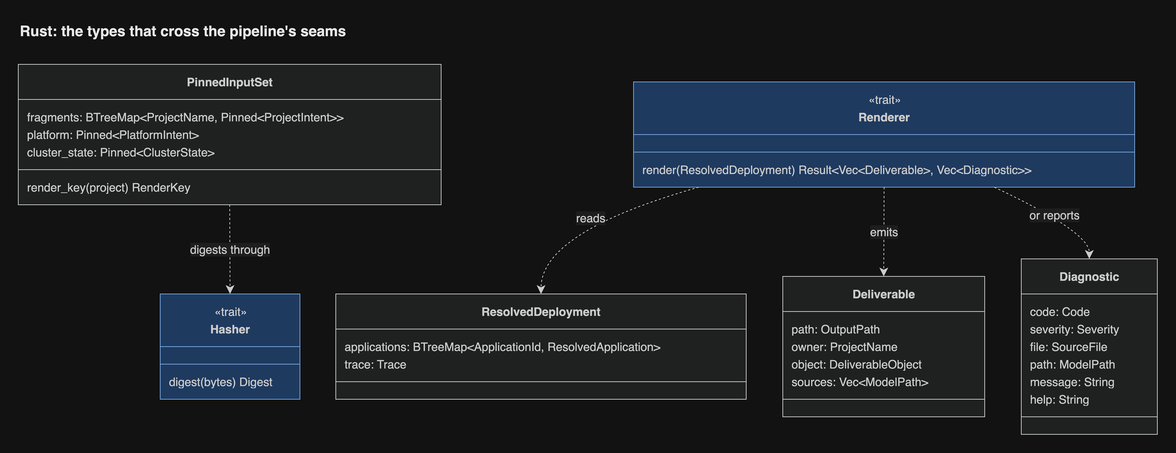
The draw.io diagram docs/diagrams/png/rust-pipeline-types.png in JorisJonkers-dev/estate-kit, before a commit. Source tidied: cells renumbered, new cells last; positions are measured from the earlier drawing's top-left corner, leaving out a move shared by most shapes.
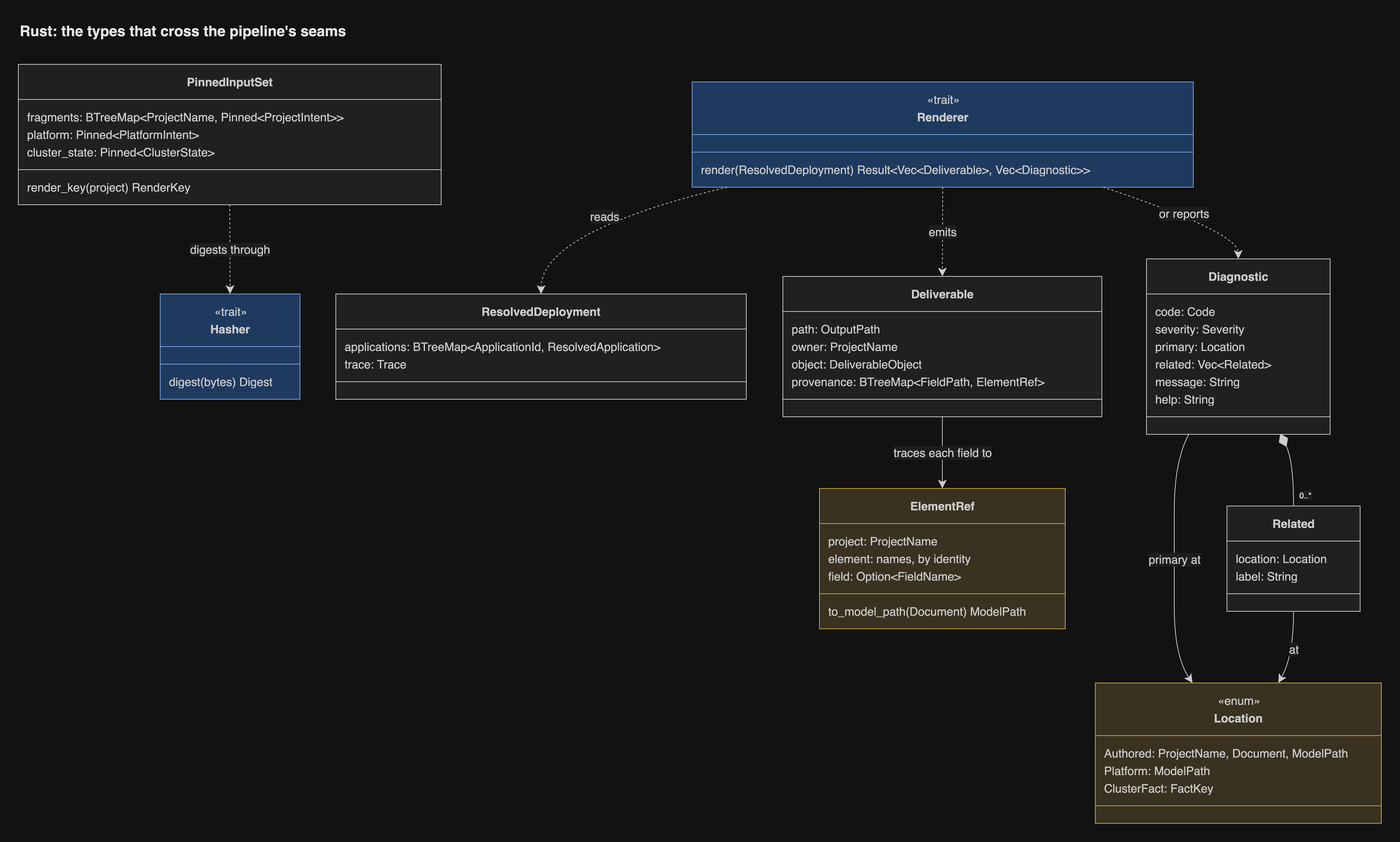
The same file after the commit.

The edit, as a diff of the source:
```diff
@@ -45,7 +45,7 @@
       <mxGeometry y="108" width="561" height="24" as="geometry" />
     </mxCell>
     <mxCell id="16" value="&lt;b&gt;Renderer&lt;/b&gt;" style="swimlane;html=1;fontStyle=1;fontSize=16;align=center;verticalAlign=middle;horizontal=1;startSize=72;swimlaneFillColor=light-dark(#dae8fc,#1f3a5f);whiteSpace=wrap;spacingTop=24;fillColor=light-dark(#dae8fc,#1f3a5f);strokeColor=light-dark(#6c8ebf,#7aa7e0);fontColor=light-dark(#333333,#cccccc);fontFamily=Helvetica;" parent="1" vertex="1">
-      <mxGeometry x="841" y="88" width="685" height="144" as="geometry" />
+      <mxGeometry x="921" y="88" width="685" height="144" as="geometry" />
     </mxCell>
     <mxCell id="17" value="«trait»" style="text;html=1;strokeColor=none;fillColor=none;align=center;verticalAlign=middle;fontSize=16;fontColor=light-dark(#333333,#cccccc);fontFamily=Helvetica;" parent="16" vertex="1">
       <mxGeometry y="12" width="685" height="24" as="geometry" />
@@ -57,69 +57,146 @@
       <mxGeometry y="108" width="685" height="24" as="geometry" />
     </mxCell>
     <mxCell id="20" value="&lt;b&gt;Deliverable&lt;/b&gt;" style="swimlane;html=1;fontStyle=1;fontSize=16;align=center;verticalAlign=middle;horizontal=1;startSize=48;swimlaneFillColor=light-dark(#ECECFF,#1f2020);whiteSpace=wrap;fillColor=light-dark(#ECECFF,#1f2020);strokeColor=light-dark(#9370DB,#cccccc);fontColor=light-dark(#333333,#cccccc);fontFamily=Helvetica;" parent="1" vertex="1">
-      <mxGeometry x="1045" y="354" width="276" height="192" as="geometry" />
+      <mxGeometry x="1045" y="354" width="436" height="192" as="geometry" />
     </mxCell>
     <mxCell id="21" value="path: OutputPath" style="text;fontSize=16;strokeColor=none;fillColor=none;align=left;verticalAlign=middle;spacingLeft=10;spacingRight=12;spacingBottom=2;overflow=hidden;fontColor=light-dark(#333333,#cccccc);fontFamily=Helvetica;" parent="20" vertex="1">
-      <mxGeometry y="60" width="276" height="24" as="geometry" />
+      <mxGeometry y="60" width="436" height="24" as="geometry" />
     </mxCell>
     <mxCell id="22" value="owner: ProjectName" style="text;fontSize=16;strokeColor=none;fillColor=none;align=left;verticalAlign=middle;spacingLeft=10;spacingRight=12;spacingBottom=2;overflow=hidden;fontColor=light-dark(#333333,#cccccc);fontFamily=Helvetica;" parent="20" vertex="1">
-      <mxGeometry y="84" width="276" height="24" as="geometry" />
+      <mxGeometry y="84" width="436" height="24" as="geometry" />
     </mxCell>
     <mxCell id="23" value="object: DeliverableObject" style="text;fontSize=16;strokeColor=none;fillColor=none;align=left;verticalAlign=middle;spacingLeft=10;spacingRight=12;spacingBottom=2;overflow=hidden;fontColor=light-dark(#333333,#cccccc);fontFamily=Helvetica;" parent="20" vertex="1">
-      <mxGeometry y="108" width="276" height="24" as="geometry" />
+      <mxGeometry y="108" width="436" height="24" as="geometry" />
     </mxCell>
-    <mxCell id="24" value="sources: Vec&lt;ModelPath&gt;" style="text;fontSize=16;strokeColor=none;fillColor=none;align=left;verticalAlign=middle;spacingLeft=10;spacingRight=12;spacingBottom=2;overflow=hidden;fontColor=light-dark(#333333,#cccccc);fontFamily=Helvetica;" parent="20" vertex="1">
-      <mxGeometry y="132" width="276" height="24" as="geometry" />
+    <mxCell id="24" value="provenance: BTreeMap&lt;FieldPath, ElementRef&gt;" style="text;fontSize=16;strokeColor=none;fillColor=none;align=left;verticalAlign=middle;spacingLeft=10;spacingRight=12;spacingBottom=2;overflow=hidden;fontColor=light-dark(#333333,#cccccc);fontFamily=Helvetica;" parent="20" vertex="1">
+      <mxGeometry y="132" width="436" height="24" as="geometry" />
     </mxCell>
     <mxCell id="25" style="line;strokeWidth=1;fillColor=none;spacingLeft=3;spacingRight=3;strokeColor=inherit;fontFamily=Helvetica;" parent="20" vertex="1">
-      <mxGeometry y="156" width="276" height="24" as="geometry" />
+      <mxGeometry y="156" width="436" height="24" as="geometry" />
     </mxCell>
     <mxCell id="26" value="&lt;b&gt;Diagnostic&lt;/b&gt;" style="swimlane;html=1;fontStyle=1;fontSize=16;align=center;verticalAlign=middle;horizontal=1;startSize=48;swimlaneFillColor=light-dark(#ECECFF,#1f2020);whiteSpace=wrap;fillColor=light-dark(#ECECFF,#1f2020);strokeColor=light-dark(#9370DB,#cccccc);fontColor=light-dark(#333333,#cccccc);fontFamily=Helvetica;" parent="1" vertex="1">
-      <mxGeometry x="1371" y="330" width="186" height="240" as="geometry" />
+      <mxGeometry x="1542" y="330" width="251" height="240" as="geometry" />
     </mxCell>
     <mxCell id="27" value="code: Code" style="text;fontSize=16;strokeColor=none;fillColor=none;align=left;verticalAlign=middle;spacingLeft=10;spacingRight=12;spacingBottom=2;overflow=hidden;fontColor=light-dark(#333333,#cccccc);fontFamily=Helvetica;" parent="26" vertex="1">
-      <mxGeometry y="60" width="186" height="24" as="geometry" />
+      <mxGeometry y="60" width="251" height="24" as="geometry" />
     </mxCell>
     <mxCell id="28" value="severity: Severity" style="text;fontSize=16;strokeColor=none;fillColor=none;align=left;verticalAlign=middle;spacingLeft=10;spacingRight=12;spacingBottom=2;overflow=hidden;fontColor=light-dark(#333333,#cccccc);fontFamily=Helvetica;" parent="26" vertex="1">
-      <mxGeometry y="84" width="186" height="24" as="geometry" />
+      <mxGeometry y="84" width="251" height="24" as="geometry" />
     </mxCell>
-    <mxCell id="29" value="file: SourceFile" style="text;fontSize=16;strokeColor=none;fillColor=none;align=left;verticalAlign=middle;spacingLeft=10;spacingRight=12;spacingBottom=2;overflow=hidden;fontColor=light-dark(#333333,#cccccc);fontFamily=Helvetica;" parent="26" vertex="1">
-      <mxGeometry y="108" width="186" height="24" as="geometry" />
+    <mxCell id="29" value="primary: Location" style="text;fontSize=16;strokeColor=none;fillColor=none;align=left;verticalAlign=middle;spacingLeft=10;spacingRight=12;spacingBottom=2;overflow=hidden;fontColor=light-dark(#333333,#cccccc);fontFamily=Helvetica;" parent="26" vertex="1">
+      <mxGeometry y="108" width="251" height="24" as="geometry" />
     </mxCell>
-    <mxCell id="30" value="path: ModelPath" style="text;fontSize=16;strokeColor=none;fillColor=none;align=left;verticalAlign=middle;spacingLeft=10;spacingRight=12;spacingBottom=2;overflow=hidden;fontColor=light-dark(#333333,#cccccc);fontFamily=Helvetica;" parent="26" vertex="1">
-      <mxGeometry y="132" width="186" height="24" as="geometry" />
+    <mxCell id="30" value="related: Vec&lt;Related&gt;" style="text;fontSize=16;strokeColor=none;fillColor=none;align=left;verticalAlign=middle;spacingLeft=10;spacingRight=12;spacingBottom=2;overflow=hidden;fontColor=light-dark(#333333,#cccccc);fontFamily=Helvetica;" parent="26" vertex="1">
+      <mxGeometry y="132" width="251" height="24" as="geometry" />
     </mxCell>
     <mxCell id="31" value="message: String" style="text;fontSize=16;strokeColor=none;fillColor=none;align=left;verticalAlign=middle;spacingLeft=10;spacingRight=12;spacingBottom=2;overflow=hidden;fontColor=light-dark(#333333,#cccccc);fontFamily=Helvetica;" parent="26" vertex="1">
-      <mxGeometry y="156" width="186" height="24" as="geometry" />
+      <mxGeometry y="156" width="251" height="24" as="geometry" />
     </mxCell>
     <mxCell id="32" value="help: String" style="text;fontSize=16;strokeColor=none;fillColor=none;align=left;verticalAlign=middle;spacingLeft=10;spacingRight=12;spacingBottom=2;overflow=hidden;fontColor=light-dark(#333333,#cccccc);fontFamily=Helvetica;" parent="26" vertex="1">
-      <mxGeometry y="180" width="186" height="24" as="geometry" />
+      <mxGeometry y="180" width="251" height="24" as="geometry" />
     </mxCell>
     <mxCell id="33" style="line;strokeWidth=1;fillColor=none;spacingLeft=3;spacingRight=3;strokeColor=inherit;fontFamily=Helvetica;" parent="26" vertex="1">
-      <mxGeometry y="204" width="186" height="24" as="geometry" />
+      <mxGeometry y="204" width="251" height="24" as="geometry" />
     </mxCell>
-    <mxCell id="34" value="digests through" style="curved=1;dashed=1;startArrow=none;endArrow=classic;endSize=9;strokeColor=light-dark(#333333,#cccccc);html=1;fontSize=16;fontColor=light-dark(#333333,#cccccc);exitX=0.5;exitY=1;entryX=0.5;entryY=0;fixDash=1;fontFamily=Helvetica;labelBackgroundColor=light-dark(#ffffff,#1e1e1e);" parent="1" edge="1" source="2" target="8">
-      <mxGeometry relative="1" as="geometry" />
+    <mxCell id="34" value="&lt;b&gt;Location&lt;/b&gt;" style="swimlane;html=1;fontStyle=1;fontSize=16;align=center;verticalAlign=middle;horizontal=1;startSize=72;swimlaneFillColor=light-dark(#fff2cc,#3a3220);whiteSpace=wrap;spacingTop=24;fillColor=light-dark(#fff2cc,#3a3220);strokeColor=light-dark(#d6b656,#c9a74a);fontColor=light-dark(#333333,#cccccc);fontFamily=Helvetica;" parent="1" vertex="1">
+      <mxGeometry x="1472" y="910" width="391" height="192" as="geometry" />
     </mxCell>
-    <mxCell id="35" value="reads" style="curved=1;dashed=1;startArrow=none;endArrow=classic;endSize=9;strokeColor=light-dark(#333333,#cccccc);html=1;fontSize=16;fontColor=light-dark(#333333,#cccccc);exitX=0.13;exitY=1;entryX=0.5;entryY=0;fixDash=1;fontFamily=Helvetica;labelBackgroundColor=light-dark(#ffffff,#1e1e1e);" parent="1" edge="1" source="16" target="12">
-      <mxGeometry relative="1" as="geometry">
-        <Array as="points">
-          <mxPoint x="715" y="293" />
-        </Array>
-      </mxGeometry>
+    <mxCell id="35" value="«enum»" style="text;html=1;strokeColor=none;fillColor=none;align=center;verticalAlign=middle;fontSize=16;fontColor=light-dark(#333333,#cccccc);fontFamily=Helvetica;" parent="34" vertex="1">
+      <mxGeometry y="12" width="391" height="24" as="geometry" />
     </mxCell>
-    <mxCell id="36" value="emits" style="curved=1;dashed=1;startArrow=none;endArrow=classic;endSize=9;strokeColor=light-dark(#333333,#cccccc);html=1;fontSize=16;fontColor=light-dark(#333333,#cccccc);exitX=0.5;exitY=1;entryX=0.5;entryY=0;fixDash=1;fontFamily=Helvetica;labelBackgroundColor=light-dark(#ffffff,#1e1e1e);" parent="1" edge="1" source="16" target="20">
-      <mxGeometry relative="1" as="geometry" />
+    <mxCell id="36" value="Authored: ProjectName, Document, ModelPath" style="text;fontSize=16;strokeColor=none;fillColor=none;align=left;verticalAlign=middle;spacingLeft=10;spacingRight=12;spacingBottom=2;overflow=hidden;fontColor=light-dark(#333333,#cccccc);fontFamily=Helvetica;" parent="34" vertex="1">
+      <mxGeometry y="84" width="391" height="24" as="geometry" />
     </mxCell>
-    <mxCell id="37" value="or reports" style="curved=1;dashed=1;startArrow=none;endArrow=classic;endSize=9;strokeColor=light-dark(#333333,#cccccc);html=1;fontSize=16;fontColor=light-dark(#333333,#cccccc);exitX=0.72;exitY=1;entryX=0.5;entryY=0;fixDash=1;fontFamily=Helvetica;labelBackgroundColor=light-dark(#ffffff,#1e1e1e);" parent="1" edge="1" source="16" target="26">
-      <mxGeometry relative="1" as="geometry">
-        <Array as="points">
-          <mxPoint x="1464" y="293" />
-        </Array>
-      </mxGeometry>
+    <mxCell id="37" value="Platform: ModelPath" style="text;fontSize=16;strokeColor=none;fillColor=none;align=left;verticalAlign=middle;spacingLeft=10;spacingRight=12;spacingBottom=2;overflow=hidden;fontColor=light-dark(#333333,#cccccc);fontFamily=Helvetica;" parent="34" vertex="1">
+      <mxGeometry y="108" width="391" height="24" as="geometry" />
     </mxCell>
+    <mxCell id="39" value="ClusterFact: FactKey" style="text;fontSize=16;strokeColor=none;fillColor=none;align=left;verticalAlign=middle;spacingLeft=10;spacingRight=12;spacingBottom=2;overflow=hidden;fontColor=light-dark(#333333,#cccccc);fontFamily=Helvetica;" parent="34" vertex="1">
+      <mxGeometry y="132" width="391" height="24" as="geometry" />
+    </mxCell>
+    <mxCell id="40" style="line;strokeWidth=1;fillColor=none;spacingLeft=3;spacingRight=3;strokeColor=inherit;fontFamily=Helvetica;" parent="34" vertex="1">
+      <mxGeometry y="156" width="391" height="24" as="geometry" />
+    </mxCell>
+    <mxCell id="41" value="&lt;b&gt;Related&lt;/b&gt;" style="swimlane;html=1;fontStyle=1;fontSize=16;align=center;verticalAlign=middle;horizontal=1;startSize=48;swimlaneFillColor=light-dark(#ECECFF,#1f2020);whiteSpace=wrap;fillColor=light-dark(#ECECFF,#1f2020);strokeColor=light-dark(#9370DB,#cccccc);fontColor=light-dark(#333333,#cccccc);fontFamily=Helvetica;" parent="1" vertex="1">
+      <mxGeometry x="1652" y="668" width="182" height="144" as="geometry" />
+    </mxCell>
+    <mxCell id="42" value="location: Location" style="text;fontSize=16;strokeColor=none;fillColor=none;align=left;verticalAlign=middle;spacingLeft=10;spacingRight=12;spacingBottom=2;overflow=hidden;fontColor=light-dark(#333333,#cccccc);fontFamily=Helvetica;" parent="41" vertex="1">
+      <mxGeometry y="60" width="182" height="24" as="geometry" />
+    </mxCell>
+    <mxCell id="43" value="label: String" style="text;fontSize=16;strokeColor=none;fillColor=none;align=left;verticalAlign=middle;spacingLeft=10;spacingRight=12;spacingBottom=2;overflow=hidden;fontColor=light-dark(#333333,#cccccc);fontFamily=Helvetica;" parent="41" vertex="1">
+      <mxGeometry y="84" width="182" height="24" as="geometry" />
+    </mxCell>
+    <mxCell id="44" style="line;strokeWidth=1;fillColor=none;spacingLeft=3;spacingRight=3;strokeColor=inherit;fontFamily=Helvetica;" parent="41" vertex="1">
+      <mxGeometry y="108" width="182" height="24" as="geometry" />
+    </mxCell>
+    <mxCell id="45" value="&lt;b&gt;ElementRef&lt;/b&gt;" style="swimlane;html=1;fontStyle=1;fontSize=16;align=center;verticalAlign=middle;horizontal=1;startSize=48;swimlaneFillColor=light-dark(#fff2cc,#3a3220);whiteSpace=wrap;fillColor=light-dark(#fff2cc,#3a3220);strokeColor=light-dark(#d6b656,#c9a74a);fontColor=light-dark(#333333,#cccccc);fontFamily=Helvetica;" parent="1" vertex="1">
+      <mxGeometry x="1095" y="644" width="336" height="192" as="geometry" />
+    </mxCell>
+    <mxCell id="46" value="project: ProjectName" style="text;fontSize=16;strokeColor=none;fillColor=none;align=left;verticalAlign=middle;spacingLeft=10;spacingRight=12;spacingBottom=2;overflow=hidden;fontColor=light-dark(#333333,#cccccc);fontFamily=Helvetica;" parent="45" vertex="1">
+      <mxGeometry y="60" width="336" height="24" as="geometry" />
+    </mxCell>
+    <mxCell id="47" value="element: names, by identity" style="text;fontSize=16;strokeColor=none;fillColor=none;align=left;verticalAlign=middle;spacingLeft=10;spacingRight=12;spacingBottom=2;overflow=hidden;fontColor=light-dark(#333333,#cccccc);fontFamily=Helvetica;" parent="45" vertex="1">
+      <mxGeometry y="84" width="336" height="24" as="geometry" />
+    </mxCell>
+    <mxCell id="48" value="field: Option&lt;FieldName&gt;" style="text;fontSize=16;strokeColor=none;fillColor=none;align=left;verticalAlign=middle;spacingLeft=10;spacingRight=12;spacingBottom=2;overflow=hidden;fontColor=light-dark(#333333,#cccccc);fontFamily=Helvetica;" parent="45" vertex="1">
+      <mxGeometry y="108" width="336" height="24" as="geometry" />
+    </mxCell>
+    <mxCell id="49" style="line;strokeWidth=1;fillColor=none;spacingLeft=3;spacingRight=3;strokeColor=inherit;fontFamily=Helvetica;" parent="45" vertex="1">
+      <mxGeometry y="132" width="336" height="24" as="geometry" />
+    </mxCell>
+    <mxCell id="50" value="to_model_path(Document) ModelPath" style="text;fontSize=16;strokeColor=none;fillColor=none;align=left;verticalAlign=middle;spacingLeft=10;spacingRight=12;spacingBottom=2;overflow=hidden;fontColor=light-dark(#333333,#cccccc);fontFamily=Helvetica;" parent="45" vertex="1">
+      <mxGeometry y="156" width="336" height="24" as="geometry" />
+    </mxCell>
+    <mxCell id="51" value="digests through" style="curved=1;dashed=1;startArrow=none;endArrow=classic;endSize=9;strokeColor=light-dark(#333333,#cccccc);html=1;fontSize=16;fontColor=light-dark(#333333,#cccccc);exitX=0.5;exitY=1;entryX=0.5;entryY=0;fixDash=1;fontFamily=Helvetica;labelBackgroundColor=light-dark(#ffffff,#1e1e1e);" parent="1" edge="1" source="2" target="8">
+      <mxGeometry relative="1" as="geometry" />
+    </mxCell>
+    <mxCell id="52" value="reads" style="curved=1;dashed=1;startArrow=none;endArrow=classic;endSize=9;strokeColor=light-dark(#333333,#cccccc);html=1;fontSize=16;fontColor=light-dark(#333333,#cccccc);exitX=0.07;exitY=1;entryX=0.5;entryY=0;fixDash=1;fontFamily=Helvetica;labelBackgroundColor=light-dark(#ffffff,#1e1e1e);" parent="1" edge="1" source="16" target="12">
+      <mxGeometry relative="1" as="geometry">
+        <Array as="points">
+          <mxPoint x="715" y="293" />
+        </Array>
+      </mxGeometry>
+    </mxCell>
+    <mxCell id="53" value="emits" style="curved=1;dashed=1;startArrow=none;endArrow=classic;endSize=9;strokeColor=light-dark(#333333,#cccccc);html=1;fontSize=16;fontColor=light-dark(#333333,#cccccc);exitX=0.5;exitY=1;entryX=0.5;entryY=0;fixDash=1;fontFamily=Helvetica;labelBackgroundColor=light-dark(#ffffff,#1e1e1e);" parent="1" edge="1" source="16" target="20">
+      <mxGeometry relative="1" as="geometry" />
+    </mxCell>
+    <mxCell id="54" value="or reports" style="curved=1;dashed=1;startArrow=none;endArrow=classic;endSize=9;strokeColor=light-dark(#333333,#cccccc);html=1;fontSize=16;fontColor=light-dark(#333333,#cccccc);exitX=0.82;exitY=1;entryX=0.5;entryY=0;fixDash=1;fontFamily=Helvetica;labelBackgroundColor=light-dark(#ffffff,#1e1e1e);" parent="1" edge="1" source="16" target="26">
+      <mxGeometry relative="1" as="geometry">
+        <Array as="points">
+          <mxPoint x="1667" y="293" />
+        </Array>
+      </mxGeometry>
+    </mxCell>
+    <mxCell id="55" value="primary at" style="curved=1;startArrow=none;endArrow=classic;endSize=9;strokeColor=light-dark(#333333,#cccccc);html=1;fontSize=16;fontColor=light-dark(#333333,#cccccc);exitX=0.23;exitY=1;entryX=0.34;entryY=0;fontFamily=Helvetica;labelBackgroundColor=light-dark(#ffffff,#1e1e1e);" parent="1" edge="1" source="26" target="34">
+      <mxGeometry relative="1" as="geometry">
+        <Array as="points">
+          <mxPoint x="1580" y="607" />
+          <mxPoint x="1580" y="740" />
+          <mxPoint x="1580" y="873" />
+        </Array>
+      </mxGeometry>
+    </mxCell>
+    <mxCell id="56" style="curved=1;startArrow=mermaidDiamond;startSize=17;startFill=1;endArrow=none;strokeColor=light-dark(#333333,#cccccc);exitX=0.73;exitY=1;entryX=0.5;entryY=0;fontFamily=Helvetica;" parent="1" edge="1" source="26" target="41">
+      <mxGeometry relative="1" as="geometry">
+        <Array as="points">
+          <mxPoint x="1743" y="607" />
+        </Array>
+      </mxGeometry>
+    </mxCell>
+    <mxCell id="57" value="0..*" style="edgeLabel;fontSize=11;spacing=8;align=left;verticalAlign=bottom;fontFamily=Helvetica;labelBackgroundColor=light-dark(#ffffff,#1e1e1e);" parent="56" vertex="1">
+      <mxGeometry x="1" relative="1" as="geometry" />
+    </mxCell>
+    <mxCell id="58" value="at" style="curved=1;startArrow=none;endArrow=classic;endSize=9;strokeColor=light-dark(#333333,#cccccc);html=1;fontSize=16;fontColor=light-dark(#333333,#cccccc);exitX=0.5;exitY=1;entryX=0.64;entryY=0;fontFamily=Helvetica;labelBackgroundColor=light-dark(#ffffff,#1e1e1e);" parent="1" edge="1" source="41" target="34">
+      <mxGeometry relative="1" as="geometry">
+        <Array as="points">
+          <mxPoint x="1743" y="873" />
+        </Array>
+      </mxGeometry>
+    </mxCell>
+    <mxCell id="59" value="traces each field to" style="curved=1;startArrow=none;endArrow=classic;endSize=9;strokeColor=light-dark(#333333,#cccccc);html=1;fontSize=16;fontColor=light-dark(#333333,#cccccc);exitX=0.5;exitY=1;entryX=0.5;entryY=0;fontFamily=Helvetica;labelBackgroundColor=light-dark(#ffffff,#1e1e1e);" parent="1" edge="1" source="20" target="45">
+      <mxGeometry relative="1" as="geometry" />
+    </mxCell>
     <mxCell id="38" value="Rust: the types that cross the pipeline's seams" style="text;html=1;whiteSpace=wrap;align=left;verticalAlign=middle;fontSize=20;fontStyle=1;fontColor=light-dark(#1a1a1a,#e8e8e8);fontFamily=Helvetica;" parent="1" vertex="1">
-      <mxGeometry width="1557" height="36" as="geometry" />
+      <mxGeometry width="1863" height="36" as="geometry" />
     </mxCell>
   </root>
 </mxGraphModel>
```
